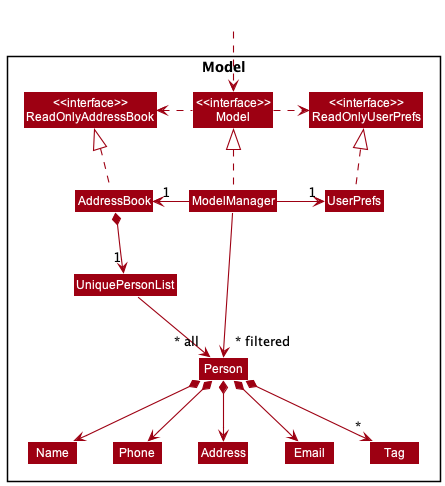
This is docs/images/ModelClassDiagram.png from nus-cs2103-AY2223S2/tp, a PlantUML export, as it was before one commit.
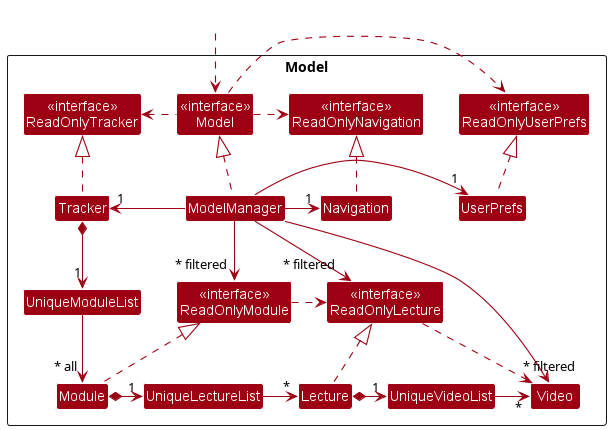
Later version of the same file.

Commit message:
Update Model section of DG

Diff of the diagram source:
```diff
@@ -1,50 +1,130 @@
 @startuml
-!include style.puml
+
+
+
+!define UI_COLOR #1D8900
+!define UI_COLOR_T1 #83E769
+!define UI_COLOR_T2 #3FC71B
+!define UI_COLOR_T3 #166800
+!define UI_COLOR_T4 #0E4100
+
+!define LOGIC_COLOR #3333C4
+!define LOGIC_COLOR_T1 #C8C8FA
+!define LOGIC_COLOR_T2 #6A6ADC
+!define LOGIC_COLOR_T3 #1616B0
+!define LOGIC_COLOR_T4 #101086
+
+!define MODEL_COLOR #9D0012
+!define MODEL_COLOR_T1 #F97181
+!define MODEL_COLOR_T2 #E41F36
+!define MODEL_COLOR_T3 #7B000E
+!define MODEL_COLOR_T4 #51000A
+
+!define STORAGE_COLOR #A38300
+!define STORAGE_COLOR_T1 #FFE374
+!define STORAGE_COLOR_T2 #EDC520
+!define STORAGE_COLOR_T3 #806600
+!define STORAGE_COLOR_T2 #544400
+
+!define USER_COLOR #000000
+
+skinparam BackgroundColor #FFFFFFF
+
+skinparam Shadowing false
+
+skinparam Class {
+    FontColor #FFFFFF
+    BorderThickness 1
+    BorderColor #FFFFFF
+    StereotypeFontColor #FFFFFF
+    FontName Arial
+}
+
+skinparam Actor {
+    BorderColor USER_COLOR
+    Color USER_COLOR
+    FontName Arial
+}
+
+skinparam Sequence {
+    MessageAlign center
+    BoxFontSize 15
+    BoxPadding 0
+    BoxFontColor #FFFFFF
+    FontName Arial
+}
+
+skinparam Participant {
+    FontColor #FFFFFFF
+    Padding 20
+}
+
+skinparam MinClassWidth 50
+skinparam ParticipantPadding 10
+skinparam Shadowing false
+skinparam DefaultTextAlignment center
+skinparam packageStyle Rectangle
+
+hide footbox
+hide members
+hide circle
+
 skinparam arrowThickness 1.1
 skinparam arrowColor MODEL_COLOR
 skinparam classBackgroundColor MODEL_COLOR
 
 Package Model <<Rectangle>>{
-Class "<<interface>>\nReadOnlyAddressBook" as ReadOnlyAddressBook
+Class "<<interface>>\nModel" as Model
+Class "<<interface>>\nReadOnlyTracker" as ReadOnlyTracker
 Class "<<interface>>\nReadOnlyUserPrefs" as ReadOnlyUserPrefs
-Class "<<interface>>\nModel" as Model
-Class AddressBook
+Class "<<interface>>\nReadOnlyNavigation" as ReadOnlyNavigation
 Class ModelManager
+Class Tracker
 Class UserPrefs
+Class Navigation
 
-Class UniquePersonList
-Class Person
-Class Address
-Class Email
-Class Name
-Class Phone
-Class Tag
+Class UniqueModuleList
+Class "<<interface>>\nReadOnlyModule" as ReadOnlyModule
+Class Module
 
+Class UniqueLectureList
+Class "<<interface>>\nReadOnlyLecture" as ReadOnlyLecture
+Class Lecture
+
+Class UniqueVideoList
+Class Video
 }
 
 Class HiddenOutside #FFFFFF
 HiddenOutside ..> Model
 
-AddressBook .up.|> ReadOnlyAddressBook
+Model .left.> ReadOnlyTracker
+Model .right.> ReadOnlyUserPrefs
+Model .right.> ReadOnlyNavigation
 
 ModelManager .up.|> Model
-Model .right.> ReadOnlyUserPrefs
-Model .left.> ReadOnlyAddressBook
-ModelManager -left-> "1" AddressBook
+Tracker .up.|> ReadOnlyTracker
+UserPrefs .up.|> ReadOnlyUserPrefs
+Navigation .up.|> ReadOnlyNavigation
+
+ModelManager -left-> "1" Tracker
 ModelManager -right-> "1" UserPrefs
-UserPrefs .up.|> ReadOnlyUserPrefs
+ModelManager -right-> "1" Navigation
+ModelManager -->"~* filtered" ReadOnlyModule
+ModelManager -->"~* filtered" ReadOnlyLecture
+ModelManager -->"        ~* filtered" Video
 
-AddressBook *--> "1" UniquePersonList
-UniquePersonList --> "~* all" Person
-Person *--> Name
-Person *--> Phone
-Person *--> Email
-Person *--> Address
-Person *--> "*" Tag
+ReadOnlyModule .right.> ReadOnlyLecture
+ReadOnlyLecture .right.> Video
 
-Name -[hidden]right-> Phone
-Phone -[hidden]right-> Address
-Address -[hidden]right-> Email
+Tracker *--> "1" UniqueModuleList
+UniqueModuleList -down->"~* all" Module
+Module .up.|> ReadOnlyModule
+Module *-right-> "1" UniqueLectureList
 
-ModelManager -->"~* filtered" Person
+UniqueLectureList -right-> "~*"Lecture
+Lecture .up.|> ReadOnlyLecture
+Lecture *-right-> "1" UniqueVideoList
+
+UniqueVideoList -right-> "~*"Video
 @enduml
```
